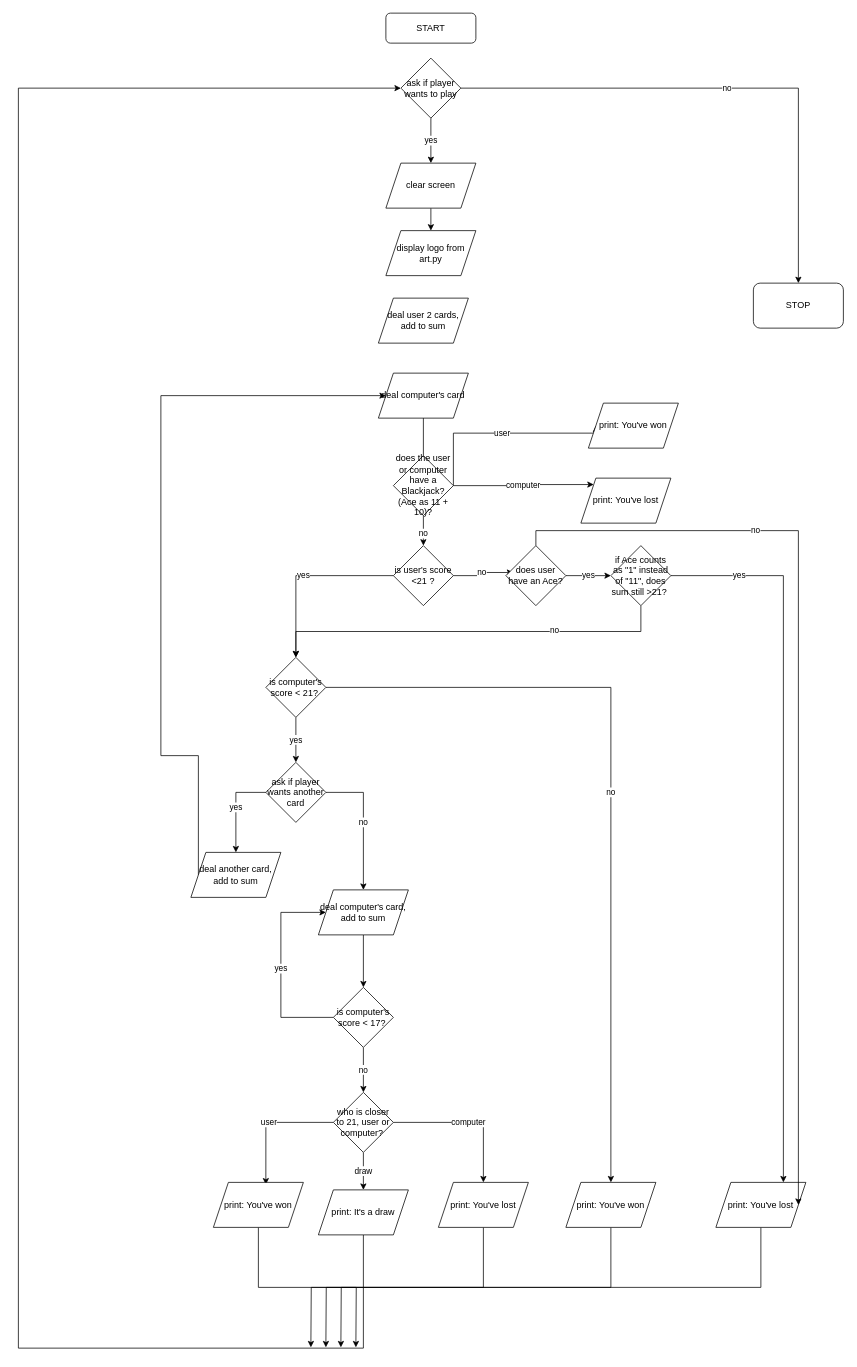
Before: Untitled Diagram.drawio in anniejanuary/APP_Blackjack-capstone, a draw.io diagram. Source tidied: cells renumbered, new cells numbered last; positions are measured from the earlier drawing's top-left corner, leaving out a move shared by most shapes. Both pictures are drawn from the tidied source at 75%, with x=0, y=0 at pixel (18, 13).
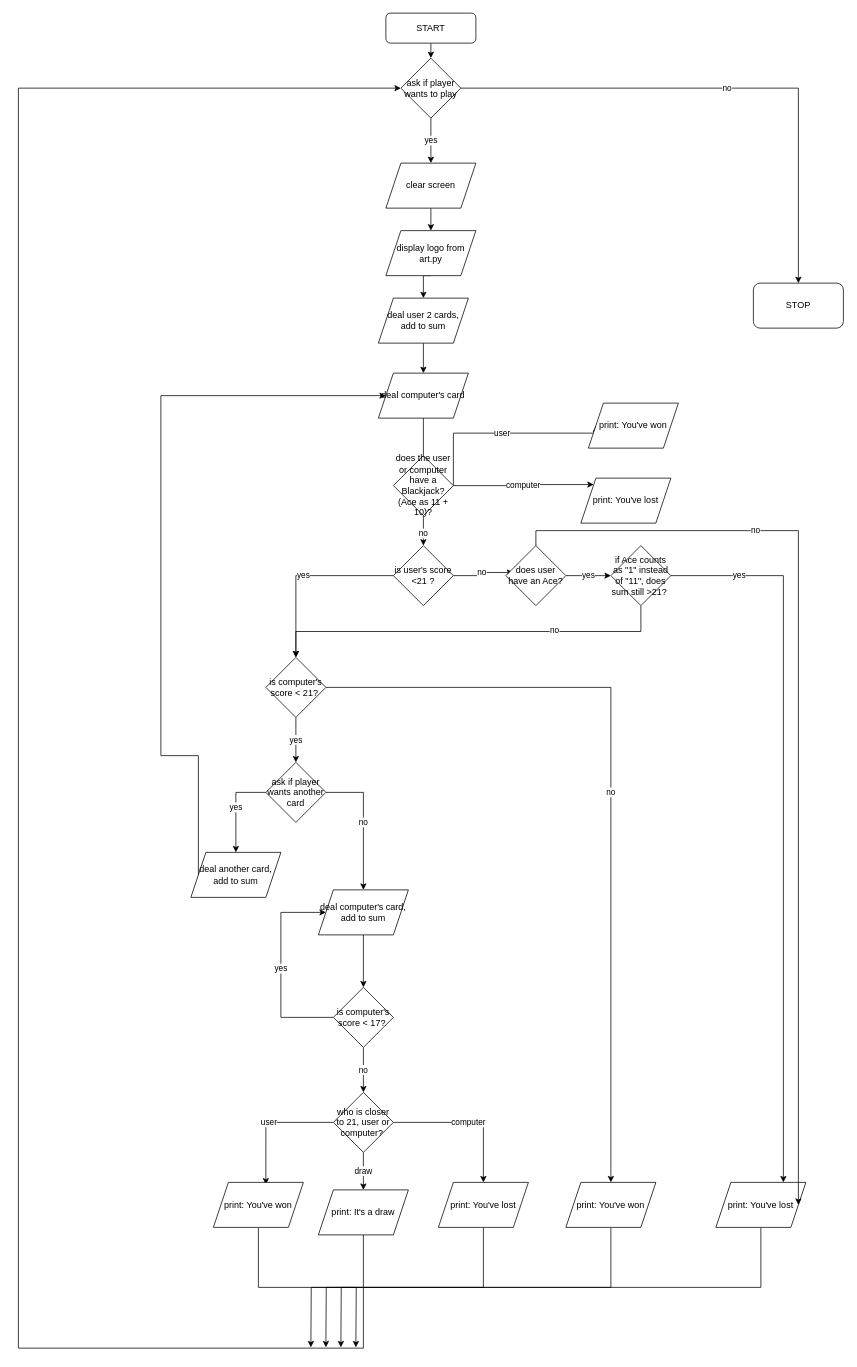
Above is the later version.

Unchanged cells that the change refers to:
```xml
<mxCell id="2" value="START" style="rounded=1;whiteSpace=wrap;html=1;fontSize=12;glass=0;strokeWidth=1;shadow=0;" parent="1" vertex="1">
  <mxGeometry x="490" width="120" height="40" as="geometry" />
</mxCell>
<mxCell id="3" value="display logo from art.py" style="shape=parallelogram;perimeter=parallelogramPerimeter;whiteSpace=wrap;html=1;fixedSize=1;" parent="1" vertex="1">
  <mxGeometry x="490" y="290" width="120" height="60" as="geometry" />
</mxCell>
<mxCell id="6" value="ask if player wants to play" style="rhombus;whiteSpace=wrap;html=1;" parent="1" vertex="1">
  <mxGeometry x="510" y="60" width="80" height="80" as="geometry" />
</mxCell>
<mxCell id="8" value="deal user 2 cards, add to sum" style="shape=parallelogram;perimeter=parallelogramPerimeter;whiteSpace=wrap;html=1;fixedSize=1;" parent="1" vertex="1">
  <mxGeometry x="480" y="380" width="120" height="60" as="geometry" />
</mxCell>
<mxCell id="11" value="deal computer's card" style="shape=parallelogram;perimeter=parallelogramPerimeter;whiteSpace=wrap;html=1;fixedSize=1;" parent="1" vertex="1">
  <mxGeometry x="480" y="480" width="120" height="60" as="geometry" />
</mxCell>
```

Diff of the diagram source:
```diff
@@
+    <mxCell id="58" style="edgeStyle=orthogonalEdgeStyle;rounded=0;jettySize=auto;html=1;exitX=0.5;exitY=1;exitDx=0;exitDy=0;entryX=0.5;entryY=0;entryDx=0;entryDy=0;" parent="1" edge="1" source="2" target="6">
+      <mxGeometry relative="1" as="geometry" />
+    </mxCell>
@@
+    <mxCell id="59" style="edgeStyle=orthogonalEdgeStyle;rounded=0;jettySize=auto;html=1;exitX=0.5;exitY=1;exitDx=0;exitDy=0;entryX=0.5;entryY=0;entryDx=0;entryDy=0;" parent="1" edge="1" source="3" target="8">
+      <mxGeometry relative="1" as="geometry" />
+    </mxCell>
@@
+    <mxCell id="60" style="edgeStyle=orthogonalEdgeStyle;rounded=0;jettySize=auto;html=1;exitX=0.5;exitY=1;exitDx=0;exitDy=0;entryX=0.5;entryY=0;entryDx=0;entryDy=0;" parent="1" edge="1" source="8" target="11">
+      <mxGeometry relative="1" as="geometry" />
+    </mxCell>
```
